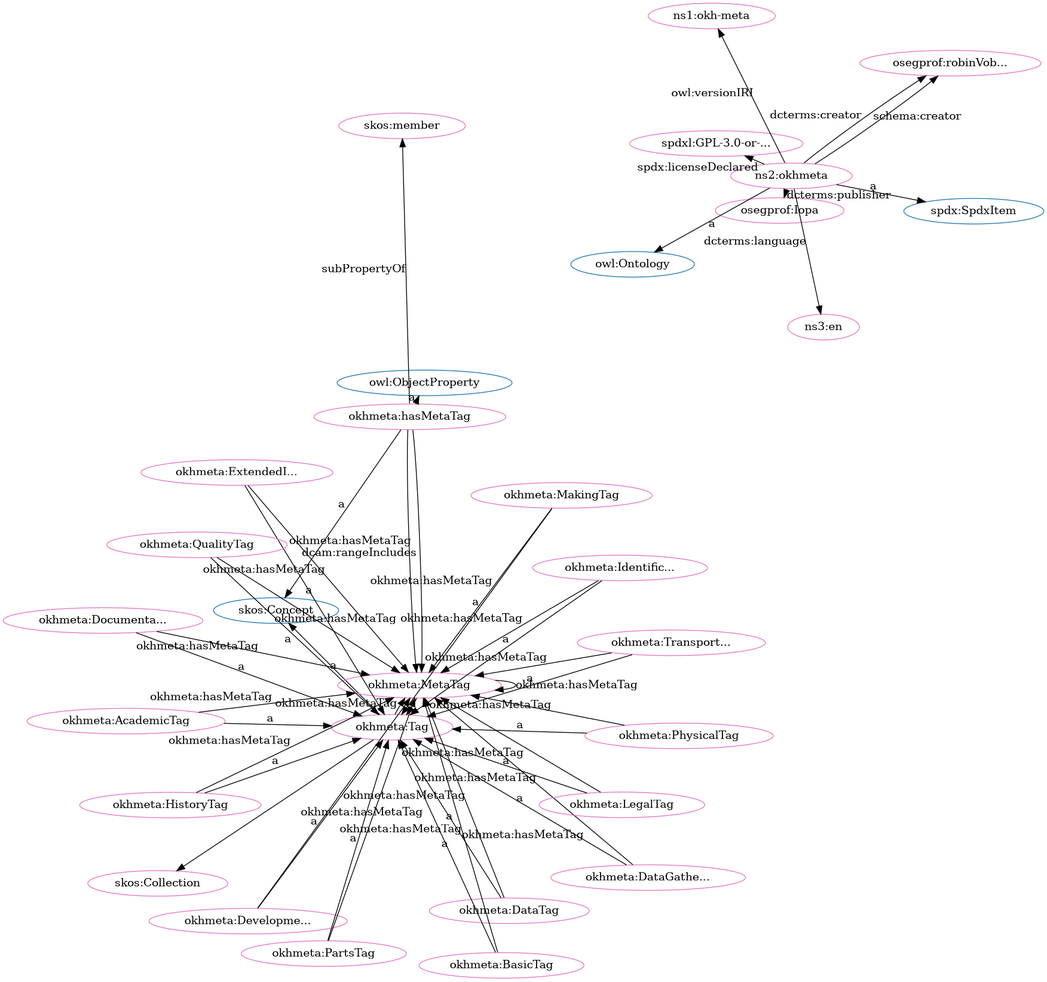
Above: src/spec/fdp_okh-meta.png in iop-alliance/OpenKnowHow (Graphviz), before the change. Its source is kept beside it as src/spec/fdp_okh-meta.dot.
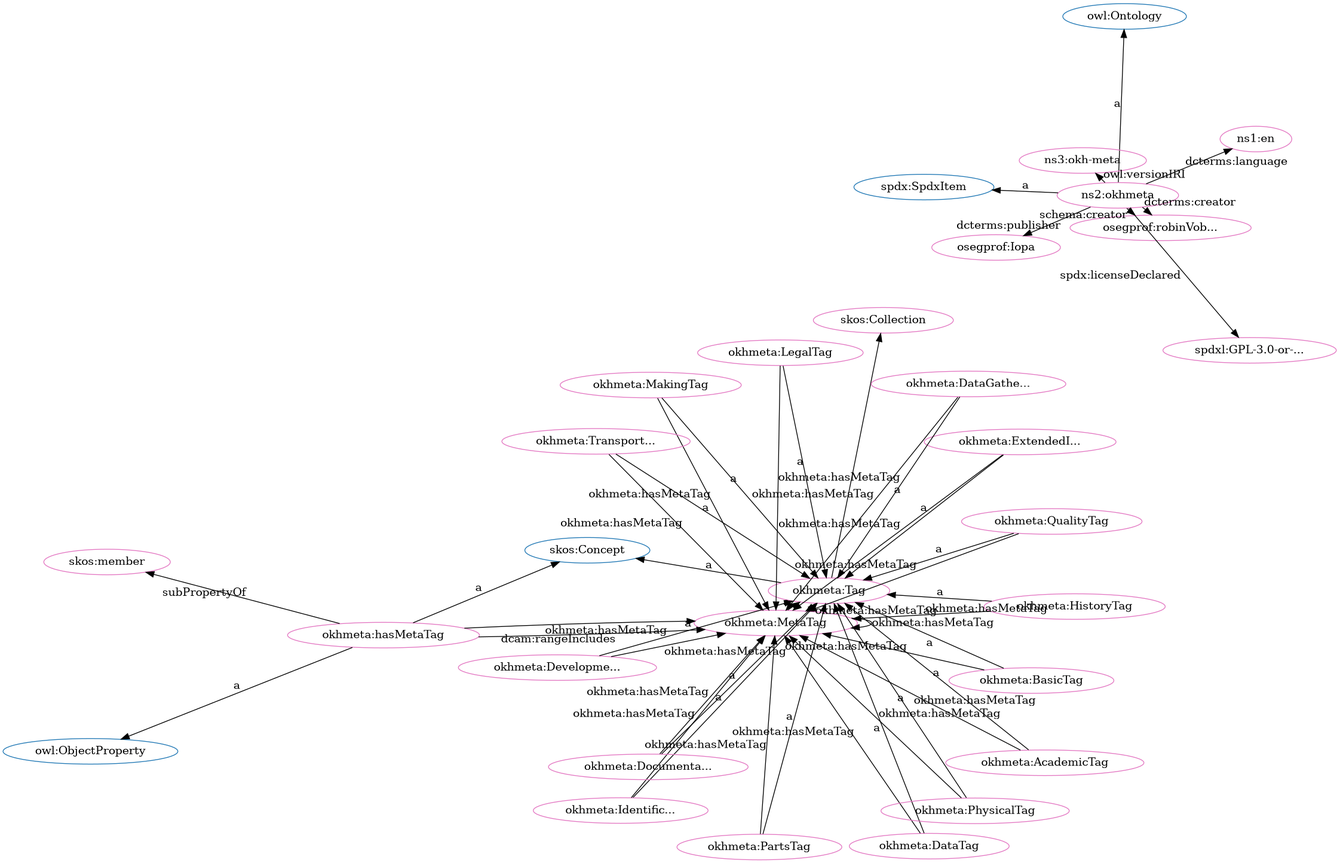
Above is the later version.

Diff of the diagram source:
```diff
@@ -2,83 +2,83 @@
   rankdir=BT
   node[height=.3]
 "http://www.w3.org/2004/02/skos/core#Collection" [fillcolor="#1f77b4" color="#1f77b4" label="skos:Collection"]
+"http://w3id.org/oseg/ont/okhmeta#Tag" [fillcolor="#1f77b4" color="#1f77b4" label="okhmeta:Tag"]
 "http://www.w3.org/2002/07/owl#ObjectProperty" [fillcolor="#1f77b4" color="#1f77b4" label="owl:ObjectProperty"]
-"http://w3id.org/oseg/ont/okhmeta#Tag" [fillcolor="#1f77b4" color="#1f77b4" label="okhmeta:Tag"]
+"http://spdx.org/rdf/terms#SpdxItem" [fillcolor="#1f77b4" color="#1f77b4" label="spdx:SpdxItem"]
 "http://www.w3.org/2002/07/owl#Ontology" [fillcolor="#1f77b4" color="#1f77b4" label="owl:Ontology"]
 "http://www.w3.org/2004/02/skos/core#Concept" [fillcolor="#1f77b4" color="#1f77b4" label="skos:Concept"]
-"http://spdx.org/rdf/terms#SpdxItem" [fillcolor="#1f77b4" color="#1f77b4" label="spdx:SpdxItem"]
+"http://w3id.org/oseg/ont/okhmeta#MetaTag" [fillcolor="#e377c2" color="#e377c2" label="okhmeta:MetaTag"]
+"http://w3id.org/oseg/ont/oseg-profiles#robinVobruba" [fillcolor="#e377c2" color="#e377c2" label="osegprof:robinVob..."]
 "http://w3id.org/oseg/ont/okhmeta#DataTag" [fillcolor="#e377c2" color="#e377c2" label="okhmeta:DataTag"]
-"http://w3id.org/oseg/ont/okhmeta#MetaTag" [fillcolor="#e377c2" color="#e377c2" label="okhmeta:MetaTag"]
-"http://w3id.org/oseg/ont/oseg-profiles#Iopa" [fillcolor="#e377c2" color="#e377c2" label="osegprof:Iopa"]
-"http://w3id.org/oseg/ont/okhmeta#DevelopmentTag" [fillcolor="#e377c2" color="#e377c2" label="okhmeta:Developme..."]
-"http://w3id.org/oseg/ont/1.1.0/okh-meta" [fillcolor="#e377c2" color="#e377c2" label="ns1:okh-meta"]
+"http://www.w3.org/2004/02/skos/core#member" [fillcolor="#e377c2" color="#e377c2" label="skos:member"]
+"http://id.loc.gov/vocabulary/iso639-1/en" [fillcolor="#e377c2" color="#e377c2" label="ns1:en"]
+"http://w3id.org/oseg/ont/okhmeta#MakingTag" [fillcolor="#e377c2" color="#e377c2" label="okhmeta:MakingTag"]
+"http://w3id.org/oseg/ont/okhmeta#PartsTag" [fillcolor="#e377c2" color="#e377c2" label="okhmeta:PartsTag"]
+"http://w3id.org/oseg/ont/okhmeta#Tag" [fillcolor="#e377c2" color="#e377c2" label="okhmeta:Tag"]
 "http://w3id.org/oseg/ont/okhmeta#BasicTag" [fillcolor="#e377c2" color="#e377c2" label="okhmeta:BasicTag"]
-"http://w3id.org/oseg/ont/oseg-profiles#robinVobruba" [fillcolor="#e377c2" color="#e377c2" label="osegprof:robinVob..."]
-"http://w3id.org/oseg/ont/okhmeta#IdentificationTag" [fillcolor="#e377c2" color="#e377c2" label="okhmeta:Identific..."]
-"http://spdx.org/licenses/GPL-3.0-or-later" [fillcolor="#e377c2" color="#e377c2" label="spdxl:GPL-3.0-or-..."]
 "http://w3id.org/oseg/ont/okhmeta" [fillcolor="#e377c2" color="#e377c2" label="ns2:okhmeta"]
+"http://w3id.org/oseg/ont/okhmeta#HistoryTag" [fillcolor="#e377c2" color="#e377c2" label="okhmeta:HistoryTag"]
 "http://w3id.org/oseg/ont/okhmeta#PhysicalTag" [fillcolor="#e377c2" color="#e377c2" label="okhmeta:PhysicalTag"]
 "http://w3id.org/oseg/ont/okhmeta#AcademicTag" [fillcolor="#e377c2" color="#e377c2" label="okhmeta:AcademicTag"]
-"http://w3id.org/oseg/ont/okhmeta#HistoryTag" [fillcolor="#e377c2" color="#e377c2" label="okhmeta:HistoryTag"]
+"http://w3id.org/oseg/ont/okhmeta#hasMetaTag" [fillcolor="#e377c2" color="#e377c2" label="okhmeta:hasMetaTag"]
+"http://w3id.org/oseg/ont/okhmeta#ExtendedInfoTag" [fillcolor="#e377c2" color="#e377c2" label="okhmeta:ExtendedI..."]
+"http://w3id.org/oseg/ont/okhmeta#QualityTag" [fillcolor="#e377c2" color="#e377c2" label="okhmeta:QualityTag"]
+"http://w3id.org/oseg/ont/1.1.0/okh-meta" [fillcolor="#e377c2" color="#e377c2" label="ns3:okh-meta"]
+"http://w3id.org/oseg/ont/okhmeta#TransportationTag" [fillcolor="#e377c2" color="#e377c2" label="okhmeta:Transport..."]
+"http://w3id.org/oseg/ont/oseg-profiles#Iopa" [fillcolor="#e377c2" color="#e377c2" label="osegprof:Iopa"]
+"http://w3id.org/oseg/ont/okhmeta#LegalTag" [fillcolor="#e377c2" color="#e377c2" label="okhmeta:LegalTag"]
+"http://w3id.org/oseg/ont/okhmeta#DevelopmentTag" [fillcolor="#e377c2" color="#e377c2" label="okhmeta:Developme..."]
 "http://w3id.org/oseg/ont/okhmeta#DataGatheringTag" [fillcolor="#e377c2" color="#e377c2" label="okhmeta:DataGathe..."]
-"http://w3id.org/oseg/ont/okhmeta#MakingTag" [fillcolor="#e377c2" color="#e377c2" label="okhmeta:MakingTag"]
-"http://w3id.org/oseg/ont/okhmeta#TransportationTag" [fillcolor="#e377c2" color="#e377c2" label="okhmeta:Transport..."]
-"http://w3id.org/oseg/ont/okhmeta#LegalTag" [fillcolor="#e377c2" color="#e377c2" label="okhmeta:LegalTag"]
-"http://w3id.org/oseg/ont/okhmeta#hasMetaTag" [fillcolor="#e377c2" color="#e377c2" label="okhmeta:hasMetaTag"]
-"http://w3id.org/oseg/ont/okhmeta#Tag" [fillcolor="#e377c2" color="#e377c2" label="okhmeta:Tag"]
+"http://w3id.org/oseg/ont/okhmeta#IdentificationTag" [fillcolor="#e377c2" color="#e377c2" label="okhmeta:Identific..."]
+"http://www.w3.org/2004/02/skos/core#Collection" [fillcolor="#e377c2" color="#e377c2" label="skos:Collection"]
 "http://w3id.org/oseg/ont/okhmeta#DocumentationTag" [fillcolor="#e377c2" color="#e377c2" label="okhmeta:Documenta..."]
-"http://w3id.org/oseg/ont/okhmeta#ExtendedInfoTag" [fillcolor="#e377c2" color="#e377c2" label="okhmeta:ExtendedI..."]
-"http://id.loc.gov/vocabulary/iso639-1/en" [fillcolor="#e377c2" color="#e377c2" label="ns3:en"]
-"http://www.w3.org/2004/02/skos/core#Collection" [fillcolor="#e377c2" color="#e377c2" label="skos:Collection"]
-"http://w3id.org/oseg/ont/okhmeta#QualityTag" [fillcolor="#e377c2" color="#e377c2" label="okhmeta:QualityTag"]
-"http://www.w3.org/2004/02/skos/core#member" [fillcolor="#e377c2" color="#e377c2" label="skos:member"]
-"http://w3id.org/oseg/ont/okhmeta#PartsTag" [fillcolor="#e377c2" color="#e377c2" label="okhmeta:PartsTag"]
+"http://spdx.org/licenses/GPL-3.0-or-later" [fillcolor="#e377c2" color="#e377c2" label="spdxl:GPL-3.0-or-..."]
+  "http://w3id.org/oseg/ont/okhmeta" -> "http://w3id.org/oseg/ont/oseg-profiles#robinVobruba" [label="dcterms:creator"]
+  "http://w3id.org/oseg/ont/okhmeta#DataTag" -> "http://w3id.org/oseg/ont/okhmeta#Tag" [label="a"]
+  "http://w3id.org/oseg/ont/okhmeta#DataGatheringTag" -> "http://w3id.org/oseg/ont/okhmeta#MetaTag" [label="okhmeta:hasMetaTag"]
+  "http://w3id.org/oseg/ont/okhmeta" -> "http://id.loc.gov/vocabulary/iso639-1/en" [label="dcterms:language"]
+  "http://w3id.org/oseg/ont/okhmeta#DocumentationTag" -> "http://w3id.org/oseg/ont/okhmeta#MetaTag" [label="okhmeta:hasMetaTag"]
+  "http://w3id.org/oseg/ont/okhmeta#BasicTag" -> "http://w3id.org/oseg/ont/okhmeta#Tag" [label="a"]
+  "http://w3id.org/oseg/ont/okhmeta#QualityTag" -> "http://w3id.org/oseg/ont/okhmeta#MetaTag" [label="okhmeta:hasMetaTag"]
+  "http://w3id.org/oseg/ont/okhmeta" -> "http://www.w3.org/2002/07/owl#Ontology" [label="a"]
+  "http://w3id.org/oseg/ont/okhmeta#HistoryTag" -> "http://w3id.org/oseg/ont/okhmeta#Tag" [label="a"]
+  "http://w3id.org/oseg/ont/okhmeta#MakingTag" -> "http://w3id.org/oseg/ont/okhmeta#MetaTag" [label="okhmeta:hasMetaTag"]
+  "http://w3id.org/oseg/ont/okhmeta#MetaTag" -> "http://w3id.org/oseg/ont/okhmeta#Tag" [label="a"]
+  "http://w3id.org/oseg/ont/okhmeta#AcademicTag" -> "http://w3id.org/oseg/ont/okhmeta#Tag" [label="a"]
+  "http://w3id.org/oseg/ont/okhmeta#PartsTag" -> "http://w3id.org/oseg/ont/okhmeta#MetaTag" [label="okhmeta:hasMetaTag"]
+  "http://w3id.org/oseg/ont/okhmeta#QualityTag" -> "http://w3id.org/oseg/ont/okhmeta#Tag" [label="a"]
+  "http://w3id.org/oseg/ont/okhmeta" -> "http://w3id.org/oseg/ont/1.1.0/okh-meta" [label="owl:versionIRI"]
+  "http://w3id.org/oseg/ont/okhmeta" -> "http://w3id.org/oseg/ont/oseg-profiles#robinVobruba" [label="schema:creator"]
+  "http://w3id.org/oseg/ont/okhmeta#PhysicalTag" -> "http://w3id.org/oseg/ont/okhmeta#MetaTag" [label="okhmeta:hasMetaTag"]
+  "http://w3id.org/oseg/ont/okhmeta" -> "http://w3id.org/oseg/ont/oseg-profiles#Iopa" [label="dcterms:publisher"]
+  "http://w3id.org/oseg/ont/okhmeta#LegalTag" -> "http://w3id.org/oseg/ont/okhmeta#Tag" [label="a"]
+  "http://w3id.org/oseg/ont/okhmeta#DataGatheringTag" -> "http://w3id.org/oseg/ont/okhmeta#Tag" [label="a"]
   "http://w3id.org/oseg/ont/okhmeta#ExtendedInfoTag" -> "http://w3id.org/oseg/ont/okhmeta#MetaTag" [label="okhmeta:hasMetaTag"]
+  "http://w3id.org/oseg/ont/okhmeta#Tag" -> "http://www.w3.org/2004/02/skos/core#Collection" [label=""]
+  "http://w3id.org/oseg/ont/okhmeta#DocumentationTag" -> "http://w3id.org/oseg/ont/okhmeta#Tag" [label="a"]
+  "http://w3id.org/oseg/ont/okhmeta#hasMetaTag" -> "http://w3id.org/oseg/ont/okhmeta#MetaTag" [label="okhmeta:hasMetaTag"]
+  "http://w3id.org/oseg/ont/okhmeta#Tag" -> "http://w3id.org/oseg/ont/okhmeta#MetaTag" [label="okhmeta:hasMetaTag"]
+  "http://w3id.org/oseg/ont/okhmeta#BasicTag" -> "http://w3id.org/oseg/ont/okhmeta#MetaTag" [label="okhmeta:hasMetaTag"]
+  "http://w3id.org/oseg/ont/okhmeta#DevelopmentTag" -> "http://w3id.org/oseg/ont/okhmeta#MetaTag" [label="okhmeta:hasMetaTag"]
+  "http://w3id.org/oseg/ont/okhmeta#hasMetaTag" -> "http://www.w3.org/2004/02/skos/core#member" [label="subPropertyOf"]
+  "http://w3id.org/oseg/ont/okhmeta#IdentificationTag" -> "http://w3id.org/oseg/ont/okhmeta#MetaTag" [label="okhmeta:hasMetaTag"]
+  "http://w3id.org/oseg/ont/okhmeta#MakingTag" -> "http://w3id.org/oseg/ont/okhmeta#Tag" [label="a"]
+  "http://w3id.org/oseg/ont/okhmeta#PartsTag" -> "http://w3id.org/oseg/ont/okhmeta#Tag" [label="a"]
+  "http://w3id.org/oseg/ont/okhmeta#Tag" -> "http://www.w3.org/2004/02/skos/core#Concept" [label="a"]
+  "http://w3id.org/oseg/ont/okhmeta#PhysicalTag" -> "http://w3id.org/oseg/ont/okhmeta#Tag" [label="a"]
+  "http://w3id.org/oseg/ont/okhmeta#TransportationTag" -> "http://w3id.org/oseg/ont/okhmeta#MetaTag" [label="okhmeta:hasMetaTag"]
+  "http://w3id.org/oseg/ont/okhmeta#LegalTag" -> "http://w3id.org/oseg/ont/okhmeta#MetaTag" [label="okhmeta:hasMetaTag"]
+  "http://w3id.org/oseg/ont/okhmeta#hasMetaTag" -> "http://www.w3.org/2002/07/owl#ObjectProperty" [label="a"]
+  "http://w3id.org/oseg/ont/okhmeta#ExtendedInfoTag" -> "http://w3id.org/oseg/ont/okhmeta#Tag" [label="a"]
+  "http://w3id.org/oseg/ont/okhmeta#HistoryTag" -> "http://w3id.org/oseg/ont/okhmeta#MetaTag" [label="okhmeta:hasMetaTag"]
   "http://w3id.org/oseg/ont/okhmeta#hasMetaTag" -> "http://w3id.org/oseg/ont/okhmeta#MetaTag" [label="dcam:rangeIncludes"]
-  "http://w3id.org/oseg/ont/okhmeta" -> "http://w3id.org/oseg/ont/oseg-profiles#Iopa" [label="dcterms:publisher"]
+  "http://w3id.org/oseg/ont/okhmeta#AcademicTag" -> "http://w3id.org/oseg/ont/okhmeta#MetaTag" [label="okhmeta:hasMetaTag"]
+  "http://w3id.org/oseg/ont/okhmeta#TransportationTag" -> "http://w3id.org/oseg/ont/okhmeta#Tag" [label="a"]
+  "http://w3id.org/oseg/ont/okhmeta" -> "http://spdx.org/rdf/terms#SpdxItem" [label="a"]
   "http://w3id.org/oseg/ont/okhmeta#DevelopmentTag" -> "http://w3id.org/oseg/ont/okhmeta#Tag" [label="a"]
-  "http://w3id.org/oseg/ont/okhmeta#MetaTag" -> "http://w3id.org/oseg/ont/okhmeta#Tag" [label="a"]
-  "http://w3id.org/oseg/ont/okhmeta" -> "http://w3id.org/oseg/ont/1.1.0/okh-meta" [label="owl:versionIRI"]
-  "http://w3id.org/oseg/ont/okhmeta#DataGatheringTag" -> "http://w3id.org/oseg/ont/okhmeta#MetaTag" [label="okhmeta:hasMetaTag"]
-  "http://w3id.org/oseg/ont/okhmeta#BasicTag" -> "http://w3id.org/oseg/ont/okhmeta#Tag" [label="a"]
-  "http://w3id.org/oseg/ont/okhmeta#TransportationTag" -> "http://w3id.org/oseg/ont/okhmeta#MetaTag" [label="okhmeta:hasMetaTag"]
-  "http://w3id.org/oseg/ont/okhmeta#AcademicTag" -> "http://w3id.org/oseg/ont/okhmeta#Tag" [label="a"]
-  "http://w3id.org/oseg/ont/okhmeta#MakingTag" -> "http://w3id.org/oseg/ont/okhmeta#Tag" [label="a"]
-  "http://w3id.org/oseg/ont/okhmeta" -> "http://www.w3.org/2002/07/owl#Ontology" [label="a"]
-  "http://w3id.org/oseg/ont/okhmeta#TransportationTag" -> "http://w3id.org/oseg/ont/okhmeta#Tag" [label="a"]
-  "http://w3id.org/oseg/ont/okhmeta#DocumentationTag" -> "http://w3id.org/oseg/ont/okhmeta#MetaTag" [label="okhmeta:hasMetaTag"]
-  "http://w3id.org/oseg/ont/okhmeta" -> "http://w3id.org/oseg/ont/oseg-profiles#robinVobruba" [label="dcterms:creator"]
-  "http://w3id.org/oseg/ont/okhmeta#QualityTag" -> "http://w3id.org/oseg/ont/okhmeta#MetaTag" [label="okhmeta:hasMetaTag"]
-  "http://w3id.org/oseg/ont/okhmeta#PartsTag" -> "http://w3id.org/oseg/ont/okhmeta#MetaTag" [label="okhmeta:hasMetaTag"]
-  "http://w3id.org/oseg/ont/okhmeta#MakingTag" -> "http://w3id.org/oseg/ont/okhmeta#MetaTag" [label="okhmeta:hasMetaTag"]
-  "http://w3id.org/oseg/ont/okhmeta" -> "http://id.loc.gov/vocabulary/iso639-1/en" [label="dcterms:language"]
-  "http://w3id.org/oseg/ont/okhmeta#hasMetaTag" -> "http://www.w3.org/2004/02/skos/core#member" [label="subPropertyOf"]
-  "http://w3id.org/oseg/ont/okhmeta#hasMetaTag" -> "http://w3id.org/oseg/ont/okhmeta#MetaTag" [label="okhmeta:hasMetaTag"]
-  "http://w3id.org/oseg/ont/okhmeta#DataTag" -> "http://w3id.org/oseg/ont/okhmeta#Tag" [label="a"]
-  "http://w3id.org/oseg/ont/okhmeta#DevelopmentTag" -> "http://w3id.org/oseg/ont/okhmeta#MetaTag" [label="okhmeta:hasMetaTag"]
   "http://w3id.org/oseg/ont/okhmeta#MetaTag" -> "http://w3id.org/oseg/ont/okhmeta#MetaTag" [label="okhmeta:hasMetaTag"]
-  "http://w3id.org/oseg/ont/okhmeta#BasicTag" -> "http://w3id.org/oseg/ont/okhmeta#MetaTag" [label="okhmeta:hasMetaTag"]
-  "http://w3id.org/oseg/ont/okhmeta#AcademicTag" -> "http://w3id.org/oseg/ont/okhmeta#MetaTag" [label="okhmeta:hasMetaTag"]
-  "http://w3id.org/oseg/ont/okhmeta" -> "http://w3id.org/oseg/ont/oseg-profiles#robinVobruba" [label="schema:creator"]
+  "http://w3id.org/oseg/ont/okhmeta#hasMetaTag" -> "http://www.w3.org/2004/02/skos/core#Concept" [label="a"]
+  "http://w3id.org/oseg/ont/okhmeta#DataTag" -> "http://w3id.org/oseg/ont/okhmeta#MetaTag" [label="okhmeta:hasMetaTag"]
   "http://w3id.org/oseg/ont/okhmeta#IdentificationTag" -> "http://w3id.org/oseg/ont/okhmeta#Tag" [label="a"]
   "http://w3id.org/oseg/ont/okhmeta" -> "http://spdx.org/licenses/GPL-3.0-or-later" [label="spdx:licenseDeclared"]
-  "http://w3id.org/oseg/ont/okhmeta" -> "http://spdx.org/rdf/terms#SpdxItem" [label="a"]
-  "http://w3id.org/oseg/ont/okhmeta#PhysicalTag" -> "http://w3id.org/oseg/ont/okhmeta#Tag" [label="a"]
-  "http://w3id.org/oseg/ont/okhmeta#LegalTag" -> "http://w3id.org/oseg/ont/okhmeta#MetaTag" [label="okhmeta:hasMetaTag"]
-  "http://w3id.org/oseg/ont/okhmeta#HistoryTag" -> "http://w3id.org/oseg/ont/okhmeta#Tag" [label="a"]
-  "http://w3id.org/oseg/ont/okhmeta#DataGatheringTag" -> "http://w3id.org/oseg/ont/okhmeta#Tag" [label="a"]
-  "http://w3id.org/oseg/ont/okhmeta#DataTag" -> "http://w3id.org/oseg/ont/okhmeta#MetaTag" [label="okhmeta:hasMetaTag"]
-  "http://w3id.org/oseg/ont/okhmeta#Tag" -> "http://w3id.org/oseg/ont/okhmeta#MetaTag" [label="okhmeta:hasMetaTag"]
-  "http://w3id.org/oseg/ont/okhmeta#LegalTag" -> "http://w3id.org/oseg/ont/okhmeta#Tag" [label="a"]
-  "http://w3id.org/oseg/ont/okhmeta#hasMetaTag" -> "http://www.w3.org/2002/07/owl#ObjectProperty" [label="a"]
-  "http://w3id.org/oseg/ont/okhmeta#IdentificationTag" -> "http://w3id.org/oseg/ont/okhmeta#MetaTag" [label="okhmeta:hasMetaTag"]
-  "http://w3id.org/oseg/ont/okhmeta#PhysicalTag" -> "http://w3id.org/oseg/ont/okhmeta#MetaTag" [label="okhmeta:hasMetaTag"]
-  "http://w3id.org/oseg/ont/okhmeta#Tag" -> "http://www.w3.org/2004/02/skos/core#Concept" [label="a"]
-  "http://w3id.org/oseg/ont/okhmeta#DocumentationTag" -> "http://w3id.org/oseg/ont/okhmeta#Tag" [label="a"]
-  "http://w3id.org/oseg/ont/okhmeta#hasMetaTag" -> "http://www.w3.org/2004/02/skos/core#Concept" [label="a"]
-  "http://w3id.org/oseg/ont/okhmeta#ExtendedInfoTag" -> "http://w3id.org/oseg/ont/okhmeta#Tag" [label="a"]
-  "http://w3id.org/oseg/ont/okhmeta#HistoryTag" -> "http://w3id.org/oseg/ont/okhmeta#MetaTag" [label="okhmeta:hasMetaTag"]
-  "http://w3id.org/oseg/ont/okhmeta#Tag" -> "http://www.w3.org/2004/02/skos/core#Collection" [label=""]
-  "http://w3id.org/oseg/ont/okhmeta#QualityTag" -> "http://w3id.org/oseg/ont/okhmeta#Tag" [label="a"]
-  "http://w3id.org/oseg/ont/okhmeta#PartsTag" -> "http://w3id.org/oseg/ont/okhmeta#Tag" [label="a"]
 }
```
